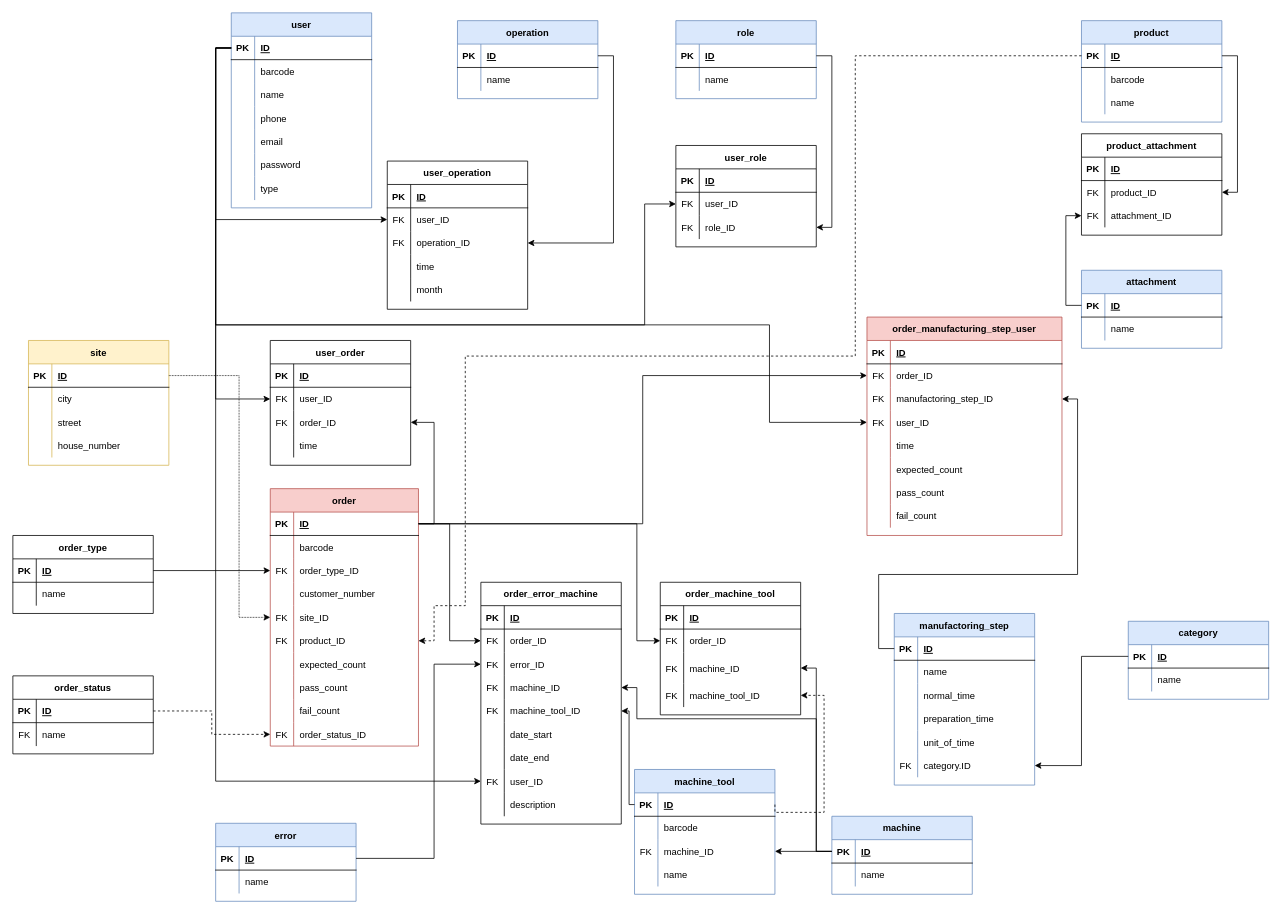
KerteszZoltan/mesterminal keeps this draw.io diagram as DOC/diagrams/database_plan_2_0_0.drawio. Above is the earlier version. Source tidied: cells renumbered, new cells numbered last; positions are measured from the earlier drawing's top-left corner, leaving out a move shared by most shapes. Both pictures are drawn from the tidied source at 78%, with x=0, y=0 at pixel (12, 12).
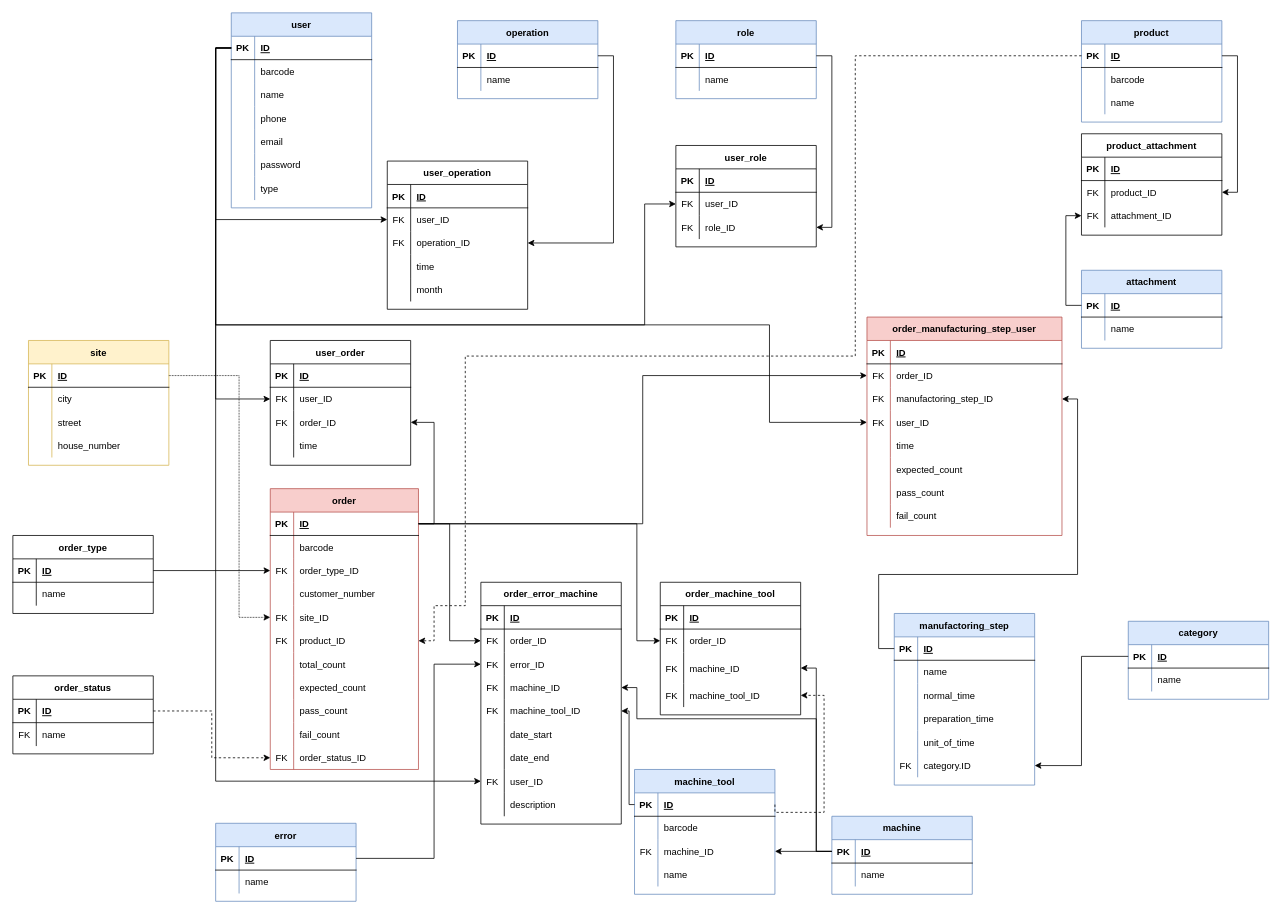
The same diagram, later.

Commit message:
order table new row "total_count"

The edit, as a diff of the source:
```diff
@@
     <mxCell id="68" value="order" style="shape=table;startSize=30;childLayout=tableLayout;rowLines=0;fontStyle=1;align=center;fillColor=#f8cecc;strokeColor=#b85450;" parent="1" vertex="1">
-      <mxGeometry x="330" y="610" width="190" height="330" as="geometry" />
+      <mxGeometry x="330" y="610" width="190" height="360" as="geometry" />
     </mxCell>
@@
+    <mxCell id="306" style="shape=partialRectangle;fillColor=none;top=0;left=0;bottom=0;right=0;" parent="68" vertex="1">
+      <mxGeometry y="210" width="190" height="30" as="geometry" />
+    </mxCell>
+    <mxCell id="307" style="shape=partialRectangle;fillColor=none;top=0;left=0;bottom=0;right=0;overflow=hidden;" parent="306" vertex="1">
+      <mxGeometry width="30" height="30" as="geometry" />
+    </mxCell>
+    <mxCell id="308" value="total_count" style="shape=partialRectangle;fillColor=none;top=0;left=0;bottom=0;right=0;align=left;spacingLeft=6;overflow=hidden;" parent="306" vertex="1">
+      <mxGeometry x="30" width="160" height="30" as="geometry" />
+    </mxCell>
     <mxCell id="87" style="shape=partialRectangle;fillColor=none;top=0;left=0;bottom=0;right=0;" parent="68" vertex="1">
-      <mxGeometry y="210" width="190" height="30" as="geometry" />
+      <mxGeometry y="240" width="190" height="30" as="geometry" />
     </mxCell>
@@
     <mxCell id="90" style="shape=partialRectangle;fillColor=none;top=0;left=0;bottom=0;right=0;" parent="68" vertex="1">
-      <mxGeometry y="240" width="190" height="30" as="geometry" />
+      <mxGeometry y="270" width="190" height="30" as="geometry" />
     </mxCell>
@@
     <mxCell id="93" style="shape=partialRectangle;fillColor=none;top=0;left=0;bottom=0;right=0;" parent="68" vertex="1">
-      <mxGeometry y="270" width="190" height="30" as="geometry" />
+      <mxGeometry y="300" width="190" height="30" as="geometry" />
     </mxCell>
@@
     <mxCell id="96" style="shape=partialRectangle;fillColor=none;top=0;left=0;bottom=0;right=0;points=[[0,0.5],[1,0.5]];portConstraint=eastwest;" parent="68" vertex="1">
-      <mxGeometry y="300" width="190" height="30" as="geometry" />
+      <mxGeometry y="330" width="190" height="30" as="geometry" />
     </mxCell>
```
